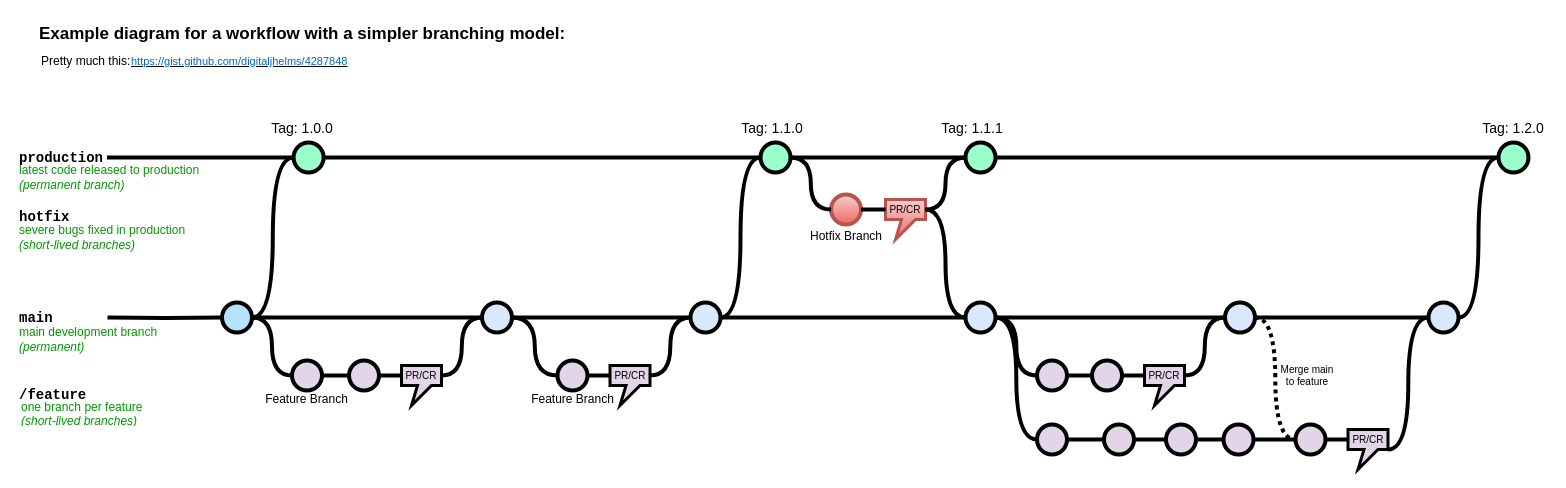
Before: page "complex jsi-flow" (2 of 2) of jsi-flow.drawio in bcrandell/data-assets, a draw.io diagram. Source tidied: cells renumbered, new cells numbered last; positions are measured from the earlier drawing's top-left corner, leaving out a move shared by most shapes. Both pictures are drawn from the tidied source at 100%, with x=0, y=0 at pixel (17, 17).
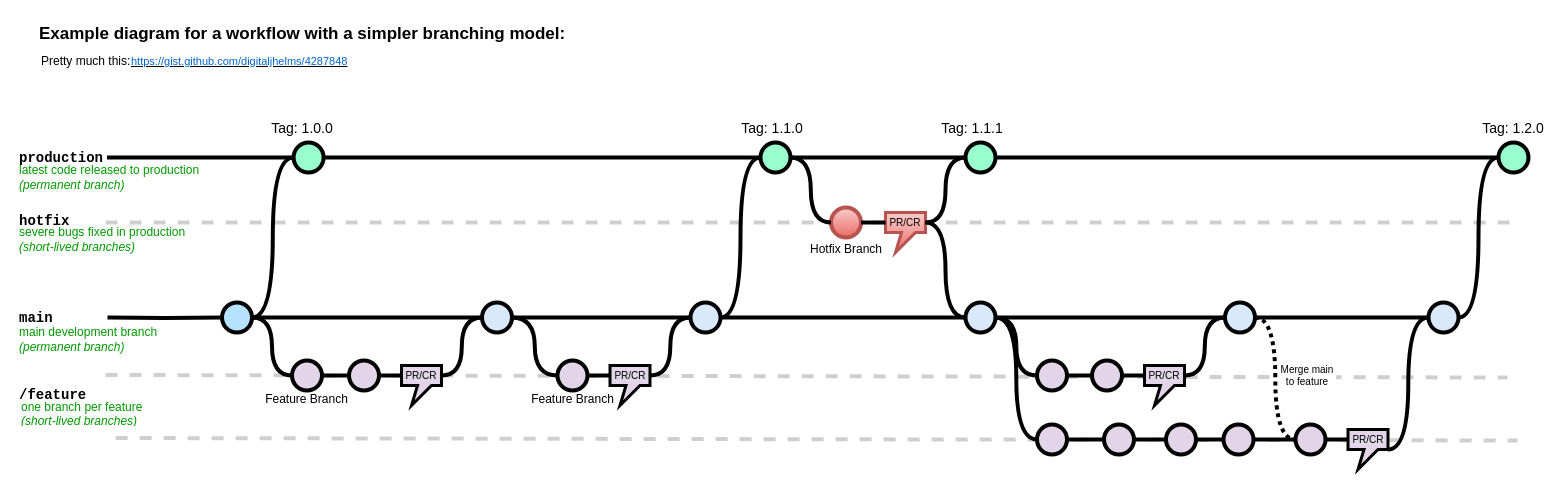
The same page after the edit.

Unchanged cells that the change refers to:
```xml
<mxCell id="33" style="group;" parent="1" vertex="1">
  <mxGeometry x="743" y="125" width="235" height="190" as="geometry" />
</mxCell>
```

Change to the diagram source:
```diff
@@
+    <mxCell id="88" style="endArrow=none;dashed=1;html=1;rounded=0;strokeWidth=4;fillColor=#f5f5f5;strokeColor=#CFCFCF;" parent="1" edge="1">
+      <mxGeometry relative="1" as="geometry">
+        <mxPoint x="88.1" y="357.5" as="sourcePoint" />
+        <mxPoint x="1490" y="360" as="targetPoint" />
+      </mxGeometry>
+    </mxCell>
+    <mxCell id="89" style="endArrow=none;dashed=1;html=1;rounded=0;strokeWidth=4;fillColor=#f5f5f5;strokeColor=#CFCFCF;" parent="1" edge="1">
+      <mxGeometry relative="1" as="geometry">
+        <mxPoint x="98.1" y="420.5" as="sourcePoint" />
+        <mxPoint x="1500" y="423" as="targetPoint" />
+      </mxGeometry>
+    </mxCell>
+    <mxCell id="90" style="endArrow=none;dashed=1;html=1;rounded=0;strokeWidth=4;fillColor=#f5f5f5;strokeColor=#CFCFCF;" parent="1" edge="1">
+      <mxGeometry relative="1" as="geometry">
+        <mxPoint x="88.1" y="205" as="sourcePoint" />
+        <mxPoint x="1500" y="205" as="targetPoint" />
+      </mxGeometry>
+    </mxCell>
@@
     <mxCell id="35" style="verticalLabelPosition=bottom;verticalAlign=top;html=1;strokeWidth=4;shape=mxgraph.flowchart.on-page_reference;plain-blue;gradientColor=#EA6B66;strokeColor=#B85450;fillColor=#F8CECC;" parent="33" vertex="1">
-      <mxGeometry x="70.5" y="52" width="30" height="30" as="geometry" />
+      <mxGeometry x="70.5" y="65" width="30" height="30" as="geometry" />
     </mxCell>
@@
     <mxCell id="38" value="PR/CR" style="shape=callout;whiteSpace=wrap;html=1;perimeter=calloutPerimeter;strokeWidth=3;position2=0.25;size=20;position=0.4;base=14;fillColor=#F8CECC;strokeColor=#B85450;align=center;verticalAlign=top;fontFamily=Helvetica;fontSize=10;fontColor=default;gradientColor=#EA6B66;spacing=0;" parent="33" vertex="1">
-      <mxGeometry x="125" y="57" width="40" height="40" as="geometry" />
+      <mxGeometry x="125" y="70" width="40" height="40" as="geometry" />
     </mxCell>
@@
     <mxCell id="44" value="Hotfix Branch" style="text;html=1;strokeColor=none;fillColor=none;align=center;verticalAlign=middle;whiteSpace=wrap;overflow=hidden;" parent="33" vertex="1">
-      <mxGeometry x="45.5" y="79" width="80" height="30" as="geometry" />
+      <mxGeometry x="45.5" y="92" width="80" height="30" as="geometry" />
     </mxCell>
@@
-    <mxCell id="82" value="main development branch&lt;div&gt;&lt;i&gt;(permanent)&lt;/i&gt;&lt;/div&gt;" style="text;html=1;strokeColor=none;fillColor=none;align=left;verticalAlign=middle;whiteSpace=wrap;overflow=hidden;fontSize=12;fontStyle=0;fontColor=#009900;" parent="1" vertex="1">
+    <mxCell id="82" value="main development branch&lt;div&gt;&lt;i&gt;(permanent branch)&lt;/i&gt;&lt;/div&gt;" style="text;html=1;strokeColor=none;fillColor=none;align=left;verticalAlign=middle;whiteSpace=wrap;overflow=hidden;fontSize=12;fontStyle=0;fontColor=#009900;" parent="1" vertex="1">
       <mxGeometry x="0.2" y="300" width="197.8" height="43" as="geometry" />
     </mxCell>
@@
     <mxCell id="85" value="hotfix" style="text;html=1;strokeColor=none;fillColor=none;align=left;verticalAlign=middle;whiteSpace=wrap;overflow=hidden;fontSize=14;fontStyle=1;fontFamily=Courier New;" parent="1" vertex="1">
-      <mxGeometry y="189" width="54" height="20" as="geometry" />
+      <mxGeometry y="193" width="54" height="20" as="geometry" />
     </mxCell>
     <mxCell id="86" value="severe bugs fixed in production&lt;div&gt;&lt;i&gt;(short-lived branches)&lt;/i&gt;&lt;/div&gt;" style="text;html=1;strokeColor=none;fillColor=none;align=left;verticalAlign=middle;whiteSpace=wrap;overflow=hidden;fontSize=12;fontStyle=0;fontColor=#009900;" parent="1" vertex="1">
-      <mxGeometry y="200" width="210" height="40" as="geometry" />
+      <mxGeometry y="202" width="210" height="40" as="geometry" />
     </mxCell>
```
